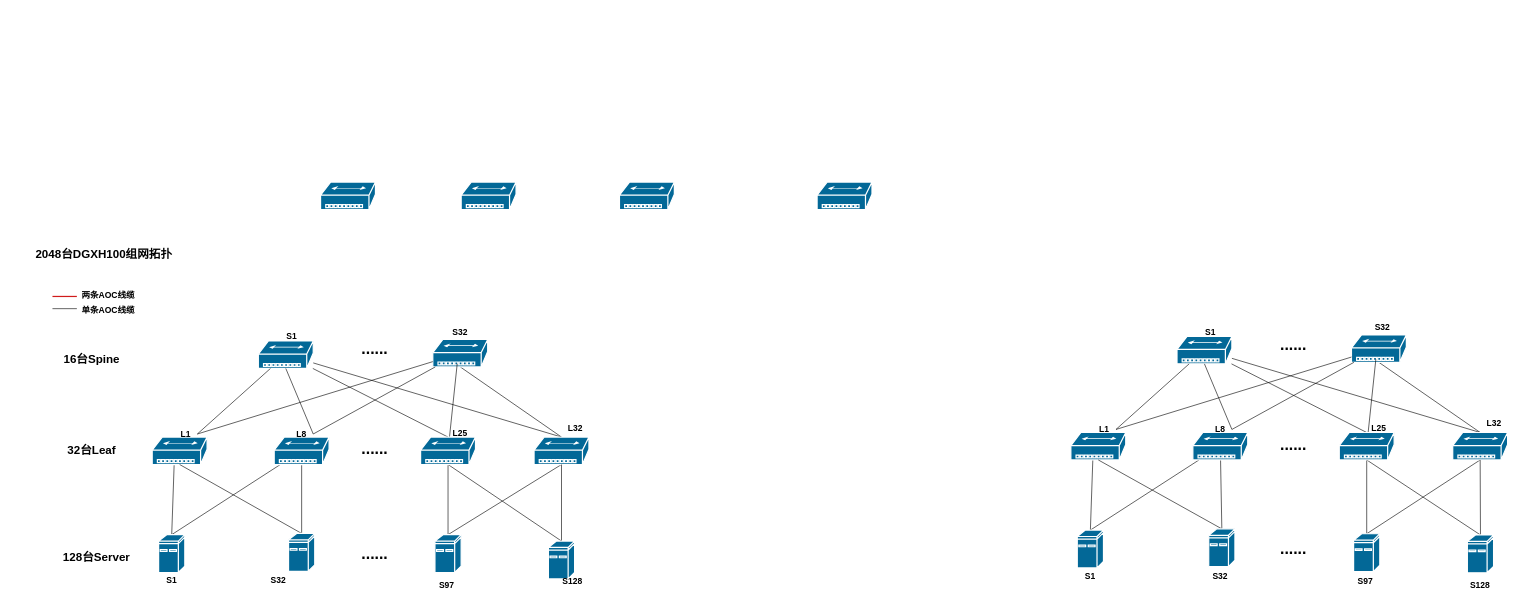
hel-2000/network-draw keeps this draw.io diagram as dgxh100-2048.drawio. Above is the earlier version. Source tidied: cells renumbered, new cells numbered last; positions are measured from the earlier drawing's top-left corner, leaving out a move shared by most shapes. Both pictures are drawn from the tidied source at 61%, with x=0, y=0 at pixel (10, 182).
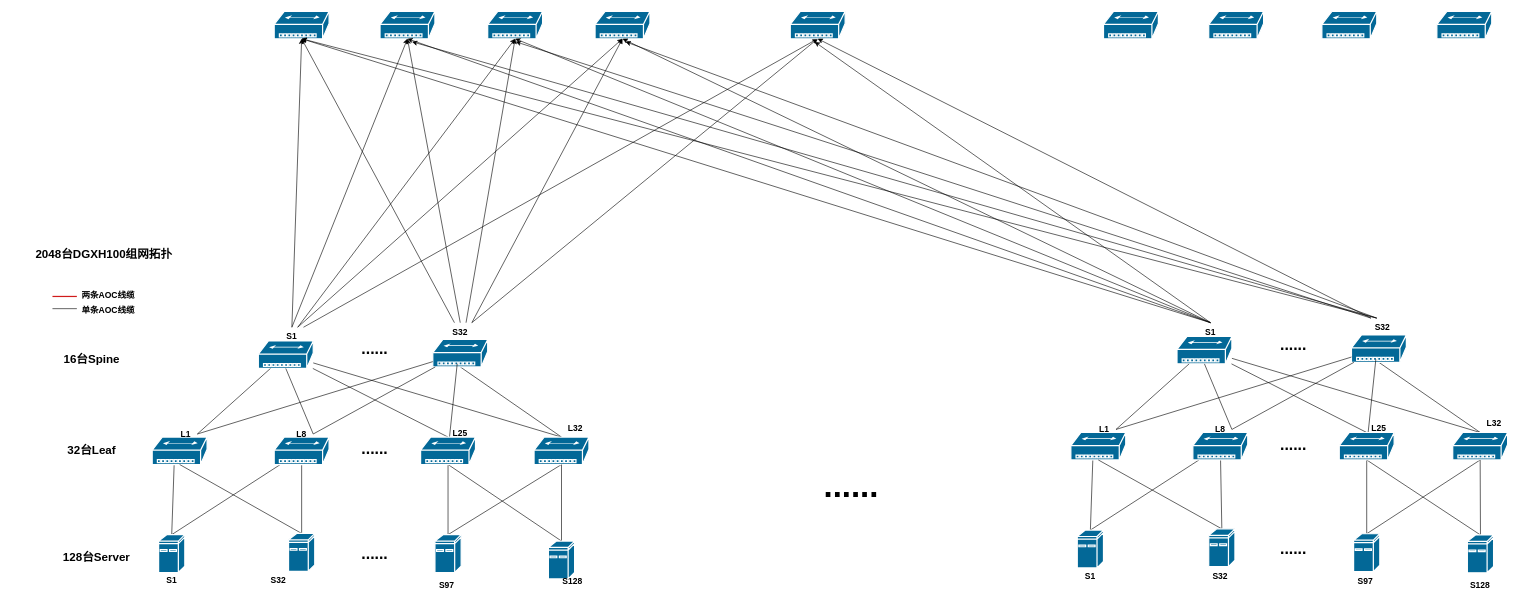
The same diagram, later.

Unchanged cells that the change refers to:
```xml
<mxCell id="28" value="&lt;span style=&quot;font-size: 14px;&quot;&gt;&lt;b&gt;S1&lt;/b&gt;&lt;/span&gt;" style="text;strokeColor=none;align=center;fillColor=none;html=1;verticalAlign=middle;whiteSpace=wrap;rounded=0;" parent="1" vertex="1">
  <mxGeometry x="442" y="238" width="38" height="30" as="geometry" />
</mxCell>
<mxCell id="29" value="&lt;span style=&quot;font-size: 14px;&quot;&gt;&lt;b&gt;S32&lt;/b&gt;&lt;/span&gt;" style="text;strokeColor=none;align=center;fillColor=none;html=1;verticalAlign=middle;whiteSpace=wrap;rounded=0;" parent="1" vertex="1">
  <mxGeometry x="718" y="230.5" width="38" height="30" as="geometry" />
</mxCell>
<mxCell id="75" value="&lt;span style=&quot;font-size: 14px;&quot;&gt;&lt;b&gt;S1&lt;/b&gt;&lt;/span&gt;" style="text;strokeColor=none;align=center;fillColor=none;html=1;verticalAlign=middle;whiteSpace=wrap;rounded=0;" parent="1" vertex="1">
  <mxGeometry x="1948" y="230.5" width="38" height="30" as="geometry" />
</mxCell>
<mxCell id="91" value="&lt;span style=&quot;font-size: 14px;&quot;&gt;&lt;b&gt;S32&lt;/b&gt;&lt;/span&gt;" style="text;strokeColor=none;align=center;fillColor=none;html=1;verticalAlign=middle;whiteSpace=wrap;rounded=0;" parent="1" vertex="1">
  <mxGeometry x="2230" y="223" width="38" height="30" as="geometry" />
</mxCell>
```

What changed in the source:
```diff
@@
+    <mxCell id="92" style="rounded=0;jettySize=auto;html=1;exitX=0.5;exitY=0;exitDx=0;exitDy=0;" parent="1" edge="1" source="75">
+      <mxGeometry relative="1" as="geometry">
+        <mxPoint x="1318" y="-230" as="targetPoint" />
+      </mxGeometry>
+    </mxCell>
@@
     <mxCell id="87" style="shape=mxgraph.cisco.hubs_and_gateways.small_hub;sketch=0;html=1;dashed=0;fillColor=#036897;strokeColor=#ffffff;strokeWidth=2;verticalLabelPosition=bottom;verticalAlign=top;align=center;outlineConnect=0;" parent="1" vertex="1">
-      <mxGeometry x="508" width="90" height="45" as="geometry" />
+      <mxGeometry x="432" y="-280" width="90" height="45" as="geometry" />
     </mxCell>
     <mxCell id="88" style="shape=mxgraph.cisco.hubs_and_gateways.small_hub;sketch=0;html=1;dashed=0;fillColor=#036897;strokeColor=#ffffff;strokeWidth=2;verticalLabelPosition=bottom;verticalAlign=top;align=center;outlineConnect=0;" parent="1" vertex="1">
-      <mxGeometry x="738.5" width="90" height="45" as="geometry" />
+      <mxGeometry x="605.5" y="-280" width="90" height="45" as="geometry" />
     </mxCell>
     <mxCell id="89" style="shape=mxgraph.cisco.hubs_and_gateways.small_hub;sketch=0;html=1;dashed=0;fillColor=#036897;strokeColor=#ffffff;strokeWidth=2;verticalLabelPosition=bottom;verticalAlign=top;align=center;outlineConnect=0;" parent="1" vertex="1">
-      <mxGeometry x="998" width="90" height="45" as="geometry" />
+      <mxGeometry x="782" y="-280" width="90" height="45" as="geometry" />
     </mxCell>
     <mxCell id="90" style="shape=mxgraph.cisco.hubs_and_gateways.small_hub;sketch=0;html=1;dashed=0;fillColor=#036897;strokeColor=#ffffff;strokeWidth=2;verticalLabelPosition=bottom;verticalAlign=top;align=center;outlineConnect=0;" parent="1" vertex="1">
-      <mxGeometry x="1322" width="90" height="45" as="geometry" />
+      <mxGeometry x="958" y="-280" width="90" height="45" as="geometry" />
     </mxCell>
+    <mxCell id="93" style="rounded=0;jettySize=auto;html=1;exitX=0.25;exitY=0;exitDx=0;exitDy=0;entryX=0.5;entryY=1;entryDx=0;entryDy=0;entryPerimeter=0;" parent="1" edge="1" source="91" target="87">
+      <mxGeometry relative="1" as="geometry" />
+    </mxCell>
+    <mxCell id="94" style="rounded=0;jettySize=auto;html=1;exitX=0.25;exitY=0;exitDx=0;exitDy=0;" parent="1" edge="1" source="91">
+      <mxGeometry relative="1" as="geometry">
+        <mxPoint x="658" y="-230" as="targetPoint" />
+      </mxGeometry>
+    </mxCell>
+    <mxCell id="95" style="rounded=0;jettySize=auto;html=1;exitX=0;exitY=0;exitDx=0;exitDy=0;" parent="1" edge="1" source="91">
+      <mxGeometry relative="1" as="geometry">
+        <mxPoint x="828" y="-230" as="targetPoint" />
+      </mxGeometry>
+    </mxCell>
+    <mxCell id="96" style="rounded=0;jettySize=auto;html=1;exitX=0.25;exitY=0;exitDx=0;exitDy=0;" parent="1" edge="1" source="91">
+      <mxGeometry relative="1" as="geometry">
+        <mxPoint x="1008" y="-230" as="targetPoint" />
+      </mxGeometry>
+    </mxCell>
@@
+    <mxCell id="97" style="rounded=0;jettySize=auto;html=1;exitX=0.5;exitY=0;exitDx=0;exitDy=0;entryX=0.5;entryY=1;entryDx=0;entryDy=0;entryPerimeter=0;" parent="1" edge="1" source="28" target="87">
+      <mxGeometry relative="1" as="geometry" />
+    </mxCell>
+    <mxCell id="98" style="rounded=0;jettySize=auto;html=1;exitX=0.5;exitY=0;exitDx=0;exitDy=0;entryX=0.5;entryY=1;entryDx=0;entryDy=0;entryPerimeter=0;" parent="1" edge="1" source="28" target="88">
+      <mxGeometry relative="1" as="geometry" />
+    </mxCell>
+    <mxCell id="99" style="shape=mxgraph.cisco.hubs_and_gateways.small_hub;sketch=0;html=1;dashed=0;fillColor=#036897;strokeColor=#ffffff;strokeWidth=2;verticalLabelPosition=bottom;verticalAlign=top;align=center;outlineConnect=0;" parent="1" vertex="1">
+      <mxGeometry x="1278" y="-280" width="90" height="45" as="geometry" />
+    </mxCell>
+    <mxCell id="100" style="rounded=0;jettySize=auto;html=1;exitX=0.75;exitY=0;exitDx=0;exitDy=0;entryX=0.5;entryY=1;entryDx=0;entryDy=0;entryPerimeter=0;" parent="1" edge="1" source="28" target="89">
+      <mxGeometry relative="1" as="geometry" />
+    </mxCell>
+    <mxCell id="101" style="rounded=0;jettySize=auto;html=1;exitX=0.75;exitY=0;exitDx=0;exitDy=0;entryX=0.5;entryY=1;entryDx=0;entryDy=0;entryPerimeter=0;" parent="1" edge="1" source="28" target="90">
+      <mxGeometry relative="1" as="geometry" />
+    </mxCell>
+    <mxCell id="102" style="rounded=0;jettySize=auto;html=1;exitX=1;exitY=0;exitDx=0;exitDy=0;entryX=0.5;entryY=1;entryDx=0;entryDy=0;entryPerimeter=0;" parent="1" edge="1" source="28" target="99">
+      <mxGeometry relative="1" as="geometry" />
+    </mxCell>
+    <mxCell id="103" style="rounded=0;jettySize=auto;html=1;exitX=0.25;exitY=0;exitDx=0;exitDy=0;entryX=0.5;entryY=1;entryDx=0;entryDy=0;entryPerimeter=0;" parent="1" edge="1" source="29" target="87">
+      <mxGeometry relative="1" as="geometry" />
+    </mxCell>
+    <mxCell id="104" style="rounded=0;jettySize=auto;html=1;exitX=0.5;exitY=0;exitDx=0;exitDy=0;entryX=0.5;entryY=1;entryDx=0;entryDy=0;entryPerimeter=0;" parent="1" edge="1" source="29" target="88">
+      <mxGeometry relative="1" as="geometry" />
+    </mxCell>
+    <mxCell id="105" style="rounded=0;jettySize=auto;html=1;exitX=0.75;exitY=0;exitDx=0;exitDy=0;entryX=0.5;entryY=1;entryDx=0;entryDy=0;entryPerimeter=0;" parent="1" edge="1" source="29" target="89">
+      <mxGeometry relative="1" as="geometry" />
+    </mxCell>
+    <mxCell id="106" style="rounded=0;jettySize=auto;html=1;exitX=1;exitY=0;exitDx=0;exitDy=0;entryX=0.5;entryY=1;entryDx=0;entryDy=0;entryPerimeter=0;" parent="1" edge="1" source="29" target="90">
+      <mxGeometry relative="1" as="geometry" />
+    </mxCell>
+    <mxCell id="107" style="rounded=0;jettySize=auto;html=1;exitX=1;exitY=0;exitDx=0;exitDy=0;entryX=0.5;entryY=1;entryDx=0;entryDy=0;entryPerimeter=0;" parent="1" edge="1" source="29" target="99">
+      <mxGeometry relative="1" as="geometry" />
+    </mxCell>
+    <mxCell id="108" style="shape=mxgraph.cisco.hubs_and_gateways.small_hub;sketch=0;html=1;dashed=0;fillColor=#036897;strokeColor=#ffffff;strokeWidth=2;verticalLabelPosition=bottom;verticalAlign=top;align=center;outlineConnect=0;" parent="1" vertex="1">
+      <mxGeometry x="1278" y="-280" width="90" height="45" as="geometry" />
+    </mxCell>
+    <mxCell id="109" style="shape=mxgraph.cisco.hubs_and_gateways.small_hub;sketch=0;html=1;dashed=0;fillColor=#036897;strokeColor=#ffffff;strokeWidth=2;verticalLabelPosition=bottom;verticalAlign=top;align=center;" parent="1" vertex="1">
+      <mxGeometry x="1791.5" y="-280" width="90" height="45" as="geometry" />
+    </mxCell>
+    <mxCell id="110" style="shape=mxgraph.cisco.hubs_and_gateways.small_hub;sketch=0;html=1;dashed=0;fillColor=#036897;strokeColor=#ffffff;strokeWidth=2;verticalLabelPosition=bottom;verticalAlign=top;align=center;" parent="1" vertex="1">
+      <mxGeometry x="1964" y="-280" width="90" height="45" as="geometry" />
+    </mxCell>
+    <mxCell id="111" style="shape=mxgraph.cisco.hubs_and_gateways.small_hub;sketch=0;html=1;dashed=0;fillColor=#036897;strokeColor=#ffffff;strokeWidth=2;verticalLabelPosition=bottom;verticalAlign=top;align=center;" parent="1" vertex="1">
+      <mxGeometry x="2149.5" y="-280" width="90" height="45" as="geometry" />
+    </mxCell>
+    <mxCell id="112" style="shape=mxgraph.cisco.hubs_and_gateways.small_hub;sketch=0;html=1;dashed=0;fillColor=#036897;strokeColor=#ffffff;strokeWidth=2;verticalLabelPosition=bottom;verticalAlign=top;align=center;" parent="1" vertex="1">
+      <mxGeometry x="2338" y="-280" width="90" height="45" as="geometry" />
+    </mxCell>
+    <mxCell id="113" value="&lt;b style=&quot;&quot;&gt;&lt;font style=&quot;font-size: 54px;&quot;&gt;......&lt;/font&gt;&lt;br&gt;&lt;/b&gt;" style="text;strokeColor=none;align=center;fillColor=none;html=1;verticalAlign=middle;whiteSpace=wrap;rounded=0;strokeWidth=12;" parent="1" vertex="1">
+      <mxGeometry x="1318" y="470" width="120" height="55" as="geometry" />
+    </mxCell>
+    <mxCell id="114" style="rounded=0;jettySize=auto;html=1;exitX=0.5;exitY=0;exitDx=0;exitDy=0;entryX=0.5;entryY=1;entryDx=0;entryDy=0;entryPerimeter=0;" parent="1" edge="1" source="75" target="87">
+      <mxGeometry relative="1" as="geometry" />
+    </mxCell>
+    <mxCell id="115" style="rounded=0;jettySize=auto;html=1;exitX=0.5;exitY=0;exitDx=0;exitDy=0;entryX=0.5;entryY=1;entryDx=0;entryDy=0;entryPerimeter=0;" parent="1" edge="1" source="75" target="88">
+      <mxGeometry relative="1" as="geometry" />
+    </mxCell>
+    <mxCell id="116" style="rounded=0;jettySize=auto;html=1;exitX=0.5;exitY=0;exitDx=0;exitDy=0;entryX=0.5;entryY=1;entryDx=0;entryDy=0;entryPerimeter=0;" parent="1" edge="1" source="75" target="89">
+      <mxGeometry relative="1" as="geometry" />
+    </mxCell>
+    <mxCell id="117" style="rounded=0;jettySize=auto;html=1;exitX=0.5;exitY=0;exitDx=0;exitDy=0;entryX=0.5;entryY=1;entryDx=0;entryDy=0;entryPerimeter=0;" parent="1" edge="1" source="75" target="90">
+      <mxGeometry relative="1" as="geometry" />
+    </mxCell>
+    <mxCell id="118" style="rounded=0;jettySize=auto;html=1;exitX=0;exitY=0;exitDx=0;exitDy=0;entryX=0.5;entryY=1;entryDx=0;entryDy=0;entryPerimeter=0;" parent="1" edge="1" source="91" target="108">
+      <mxGeometry relative="1" as="geometry" />
+    </mxCell>
```
